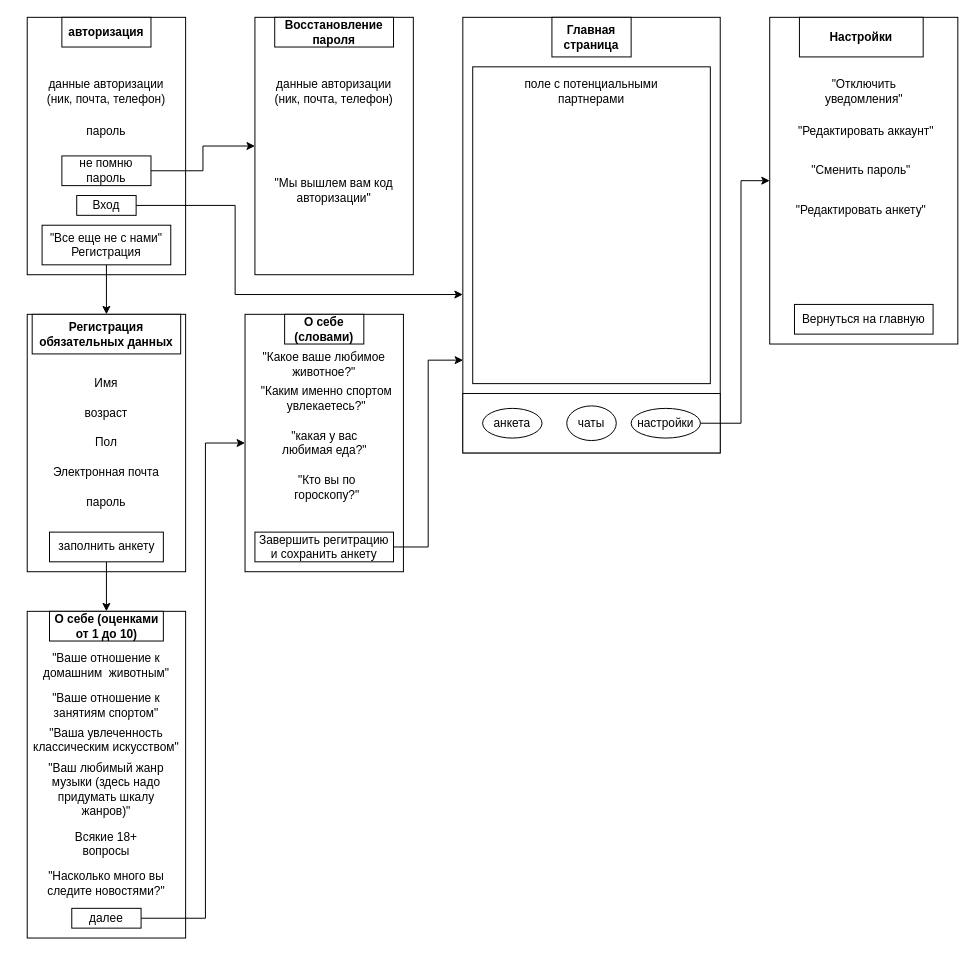
Above: Карта приложения.drawio in OskarGaliullin231-329/tinder-analog (draw.io), before the change. Source tidied: cells renumbered, new cells numbered last; positions are measured from the earlier drawing's top-left corner, leaving out a move shared by most shapes. Both pictures are drawn from the tidied source at 99%, with x=0, y=0 at pixel (27, 17).
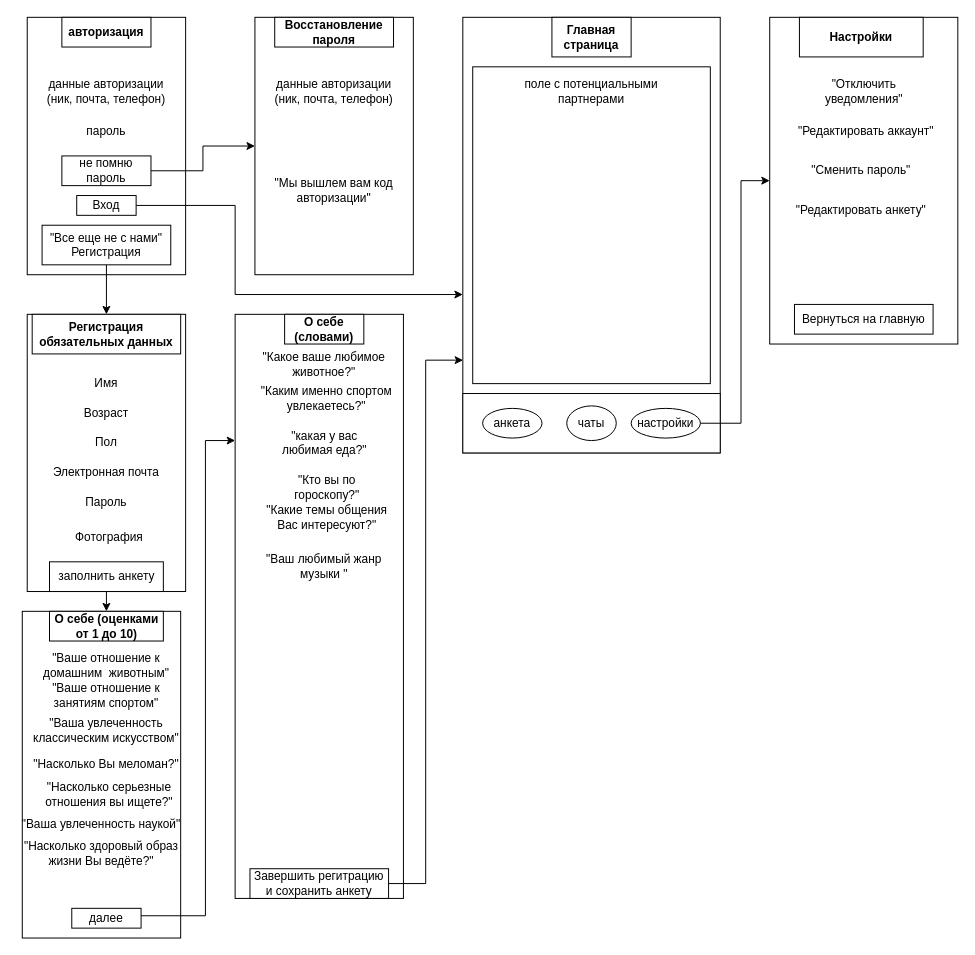
Above is the later version.

Unchanged cells that the change refers to:
```xml
<mxCell id="36" value="далее" style="rounded=0;whiteSpace=wrap;html=1;" parent="1" vertex="1">
  <mxGeometry x="45" y="900" width="70" height="20" as="geometry" />
</mxCell>
```

Diff of the diagram source:
```diff
@@
     <mxCell id="14" style="rounded=0;whiteSpace=wrap;html=1;" parent="1" vertex="1">
-      <mxGeometry y="300" width="160" height="260" as="geometry" />
+      <mxGeometry y="300" width="160" height="280" as="geometry" />
     </mxCell>
@@
-    <mxCell id="17" value="возраст" style="text;html=1;strokeColor=none;fillColor=none;align=center;verticalAlign=middle;whiteSpace=wrap;rounded=0;" parent="1" vertex="1">
+    <mxCell id="17" value="Возраст" style="text;html=1;strokeColor=none;fillColor=none;align=center;verticalAlign=middle;whiteSpace=wrap;rounded=0;" parent="1" vertex="1">
       <mxGeometry x="45" y="390" width="70" height="20" as="geometry" />
     </mxCell>
@@
-    <mxCell id="20" value="пароль" style="text;html=1;strokeColor=none;fillColor=none;align=center;verticalAlign=middle;whiteSpace=wrap;rounded=0;" parent="1" vertex="1">
+    <mxCell id="20" value="Пароль" style="text;html=1;strokeColor=none;fillColor=none;align=center;verticalAlign=middle;whiteSpace=wrap;rounded=0;" parent="1" vertex="1">
       <mxGeometry x="55" y="480" width="50" height="20" as="geometry" />
     </mxCell>
     <mxCell id="21" style="rounded=0;whiteSpace=wrap;html=1;" parent="1" vertex="1">
-      <mxGeometry x="220" y="300" width="160" height="260" as="geometry" />
+      <mxGeometry x="210" y="300" width="170" height="590" as="geometry" />
     </mxCell>
@@
     <mxCell id="23" value="заполнить анкету" style="rounded=0;whiteSpace=wrap;html=1;" parent="1" vertex="1">
-      <mxGeometry x="22.5" y="520" width="115" height="30" as="geometry" />
+      <mxGeometry x="22.5" y="550" width="115" height="30" as="geometry" />
     </mxCell>
@@
     <mxCell id="31" value="Завершить регитрацию и сохранить анкету" style="rounded=0;whiteSpace=wrap;html=1;" parent="1" vertex="1">
-      <mxGeometry x="230" y="520" width="140" height="30" as="geometry" />
+      <mxGeometry x="225" y="860" width="140" height="30" as="geometry" />
     </mxCell>
     <mxCell id="32" style="rounded=0;whiteSpace=wrap;html=1;" parent="1" vertex="1">
-      <mxGeometry y="600" width="160" height="330" as="geometry" />
+      <mxGeometry x="-5" y="600" width="160" height="330" as="geometry" />
     </mxCell>
@@
-    <mxCell id="35" style="edgeStyle=orthogonalEdgeStyle;rounded=0;jettySize=auto;html=1;exitX=1;exitY=0.5;exitDx=0;exitDy=0;entryX=0;entryY=0.5;entryDx=0;entryDy=0;" parent="1" edge="1" source="36" target="21">
+    <mxCell id="35" style="edgeStyle=orthogonalEdgeStyle;rounded=0;orthogonalLoop=1;jettySize=auto;html=1;exitX=1;exitY=0.5;exitDx=0;exitDy=0;entryX=0;entryY=0.5;entryDx=0;entryDy=0;" parent="1" edge="1">
       <mxGeometry relative="1" as="geometry">
+        <mxPoint x="115" y="907.5" as="sourcePoint" />
+        <mxPoint x="210" y="427.5" as="targetPoint" />
         <Array as="points">
-          <mxPoint x="180" y="910" />
-          <mxPoint x="180" y="430" />
+          <mxPoint x="180" y="907.5" />
+          <mxPoint x="180" y="427.5" />
         </Array>
       </mxGeometry>
     </mxCell>
@@
     <mxCell id="38" value="&quot;Ваше отношение к занятиям спортом&quot;" style="text;html=1;strokeColor=none;fillColor=none;align=center;verticalAlign=middle;whiteSpace=wrap;rounded=0;" parent="1" vertex="1">
-      <mxGeometry x="10" y="680" width="140" height="30" as="geometry" />
+      <mxGeometry x="10" y="670" width="140" height="30" as="geometry" />
     </mxCell>
     <mxCell id="39" value="&quot;Ваша увлеченность классическим искусством&quot;" style="text;html=1;strokeColor=none;fillColor=none;align=center;verticalAlign=middle;whiteSpace=wrap;rounded=0;" parent="1" vertex="1">
-      <mxGeometry x="5" y="710" width="150" height="40" as="geometry" />
+      <mxGeometry x="5" y="700" width="150" height="40" as="geometry" />
     </mxCell>
-    <mxCell id="40" value="&quot;Ваш любимый жанр музыки (здесь надо придумать шкалу жанров)&quot;" style="text;html=1;strokeColor=none;fillColor=none;align=center;verticalAlign=middle;whiteSpace=wrap;rounded=0;" parent="1" vertex="1">
-      <mxGeometry x="10" y="755" width="140" height="50" as="geometry" />
+    <mxCell id="40" value="&quot;Ваш любимый жанр музыки &quot;" style="text;html=1;strokeColor=none;fillColor=none;align=center;verticalAlign=middle;whiteSpace=wrap;rounded=0;" parent="1" vertex="1">
+      <mxGeometry x="230" y="530" width="140" height="50" as="geometry" />
     </mxCell>
-    <mxCell id="41" value="Всякие 18+ вопросы" style="text;html=1;strokeColor=none;fillColor=none;align=center;verticalAlign=middle;whiteSpace=wrap;rounded=0;" parent="1" vertex="1">
-      <mxGeometry x="40" y="820" width="80" height="30" as="geometry" />
+    <mxCell id="41" value="&quot;Насколько серьезные отношения вы ищете?&quot;" style="text;html=1;strokeColor=none;fillColor=none;align=center;verticalAlign=middle;whiteSpace=wrap;rounded=0;" parent="1" vertex="1">
+      <mxGeometry x="-2.5" y="770" width="170" height="30" as="geometry" />
     </mxCell>
@@
-    <mxCell id="44" value="&quot;Насколько много вы следите новостями?&quot;" style="text;html=1;strokeColor=none;fillColor=none;align=center;verticalAlign=middle;whiteSpace=wrap;rounded=0;" parent="1" vertex="1">
-      <mxGeometry x="15" y="860" width="130" height="30" as="geometry" />
+    <mxCell id="44" value="&quot;Какие темы общения Вас интересуют?&quot;" style="text;html=1;strokeColor=none;fillColor=none;align=center;verticalAlign=middle;whiteSpace=wrap;rounded=0;" parent="1" vertex="1">
+      <mxGeometry x="237.5" y="490" width="130" height="30" as="geometry" />
     </mxCell>
@@
+    <mxCell id="59" value="Фотография" style="rounded=0;whiteSpace=wrap;html=1;strokeColor=#ffffff;" parent="1" vertex="1">
+      <mxGeometry x="22.5" y="510" width="120" height="30" as="geometry" />
+    </mxCell>
+    <mxCell id="60" value="&quot;Ваша увлеченность наукой&quot;" style="text;html=1;strokeColor=none;fillColor=none;align=center;verticalAlign=middle;whiteSpace=wrap;rounded=0;" parent="1" vertex="1">
+      <mxGeometry x="-10" y="800" width="170" height="30" as="geometry" />
+    </mxCell>
+    <mxCell id="61" value="&quot;Насколько Вы меломан?&quot;" style="text;html=1;strokeColor=none;fillColor=none;align=center;verticalAlign=middle;whiteSpace=wrap;rounded=0;" parent="1" vertex="1">
+      <mxGeometry x="-5" y="740" width="170" height="30" as="geometry" />
+    </mxCell>
+    <mxCell id="62" value="&quot;Насколько здоровый образ жизни Вы ведёте?&quot;" style="text;html=1;strokeColor=none;fillColor=none;align=center;verticalAlign=middle;whiteSpace=wrap;rounded=0;" parent="1" vertex="1">
+      <mxGeometry x="-10" y="830" width="170" height="30" as="geometry" />
+    </mxCell>
```
